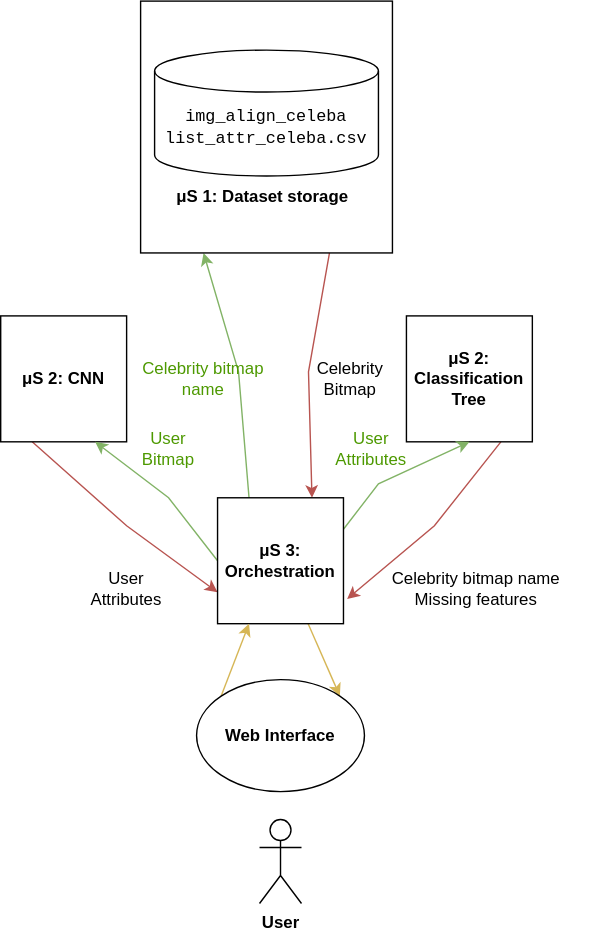
Wissem0/Projet-Integrateur-Classification-d-images keeps this draw.io diagram as architechture.drawio.svg. Above is the earlier version. Source tidied: cells renumbered, new cells last; positions are measured from the earlier drawing's top-left corner, leaving out a move shared by most shapes.
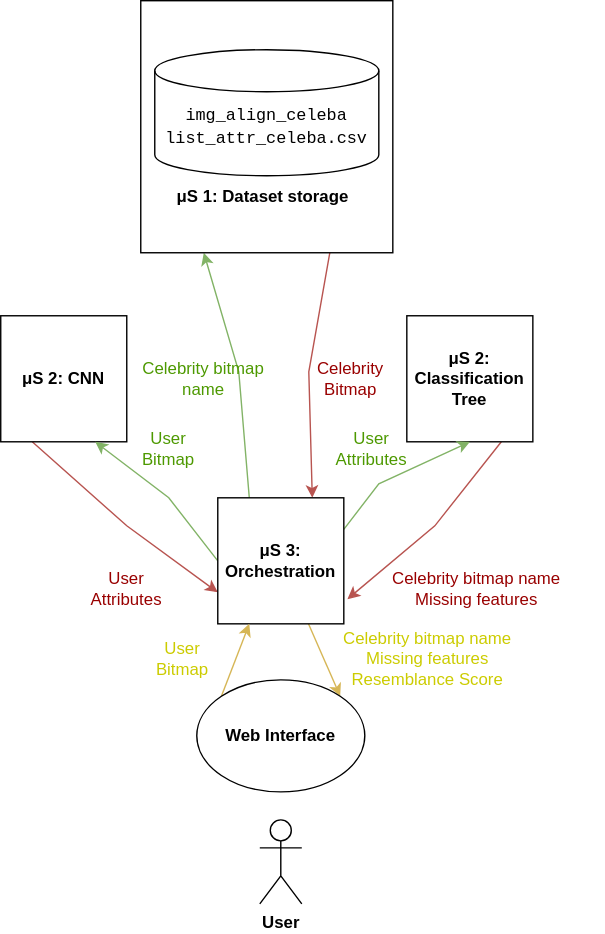
Above is the later version.

The edit, as a diff of the source:
```diff
@@ -83,20 +83,26 @@
     <mxCell id="20" value="&lt;font color=&quot;#4D9900&quot;&gt;User Bitmap&lt;/font&gt;" style="text;html=1;strokeColor=none;fillColor=none;align=center;verticalAlign=middle;whiteSpace=wrap;rounded=0;fillStyle=solid;fontFamily=Helvetica;" parent="1" vertex="1">
       <mxGeometry x="90" y="305" width="60" height="30" as="geometry" />
     </mxCell>
-    <mxCell id="21" value="User Attributes" style="text;html=1;strokeColor=none;fillColor=none;align=center;verticalAlign=middle;whiteSpace=wrap;rounded=0;fillStyle=solid;fontFamily=Helvetica;" parent="1" vertex="1">
+    <mxCell id="21" value="&lt;font color=&quot;#990000&quot;&gt;User Attributes&lt;/font&gt;" style="text;html=1;strokeColor=none;fillColor=none;align=center;verticalAlign=middle;whiteSpace=wrap;rounded=0;fillStyle=solid;fontFamily=Helvetica;" parent="1" vertex="1">
       <mxGeometry x="60" y="405" width="60" height="30" as="geometry" />
     </mxCell>
-    <mxCell id="22" value="&lt;div&gt;Celebrity bitmap name&lt;/div&gt;&lt;div&gt;Missing features&lt;br&gt;&lt;/div&gt;" style="text;html=1;strokeColor=none;fillColor=none;align=center;verticalAlign=middle;whiteSpace=wrap;rounded=0;fillStyle=solid;fontFamily=Helvetica;" parent="1" vertex="1">
+    <mxCell id="22" value="&lt;div&gt;&lt;font color=&quot;#990000&quot;&gt;Celebrity bitmap name&lt;/font&gt;&lt;/div&gt;&lt;div&gt;&lt;font color=&quot;#990000&quot;&gt;Missing features&lt;br&gt;&lt;/font&gt;&lt;/div&gt;" style="text;html=1;strokeColor=none;fillColor=none;align=center;verticalAlign=middle;whiteSpace=wrap;rounded=0;fillStyle=solid;fontFamily=Helvetica;" parent="1" vertex="1">
       <mxGeometry x="250" y="405" width="180" height="30" as="geometry" />
     </mxCell>
     <mxCell id="23" value="&lt;font color=&quot;#4D9900&quot;&gt;User Attributes&lt;/font&gt;" style="text;html=1;strokeColor=none;fillColor=none;align=center;verticalAlign=middle;whiteSpace=wrap;rounded=0;fillStyle=solid;fontFamily=Helvetica;" parent="1" vertex="1">
       <mxGeometry x="230" y="305" width="70" height="30" as="geometry" />
     </mxCell>
-    <mxCell id="24" value="&lt;div&gt;Celebrity&lt;/div&gt;&lt;div&gt;Bitmap&lt;br&gt;&lt;/div&gt;" style="text;html=1;strokeColor=none;fillColor=none;align=center;verticalAlign=middle;whiteSpace=wrap;rounded=0;fillStyle=solid;fontFamily=Helvetica;" parent="1" vertex="1">
+    <mxCell id="24" value="&lt;div&gt;&lt;font color=&quot;#990000&quot;&gt;Celebrity&lt;/font&gt;&lt;/div&gt;&lt;div&gt;&lt;font color=&quot;#990000&quot;&gt;Bitmap&lt;br&gt;&lt;/font&gt;&lt;/div&gt;" style="text;html=1;strokeColor=none;fillColor=none;align=center;verticalAlign=middle;whiteSpace=wrap;rounded=0;fillStyle=solid;fontFamily=Helvetica;" parent="1" vertex="1">
       <mxGeometry x="215" y="255" width="70" height="30" as="geometry" />
     </mxCell>
     <mxCell id="25" value="&lt;div&gt;&lt;font color=&quot;#4D9900&quot;&gt;Celebrity bitmap name&lt;br&gt;&lt;/font&gt;&lt;/div&gt;" style="text;html=1;strokeColor=none;fillColor=none;align=center;verticalAlign=middle;whiteSpace=wrap;rounded=0;fillStyle=solid;fontFamily=Helvetica;" parent="1" vertex="1">
       <mxGeometry x="100" y="255" width="90" height="30" as="geometry" />
     </mxCell>
+    <mxCell id="26" value="&lt;font color=&quot;#CCCC00&quot;&gt;User Bitmap&lt;/font&gt;" style="text;html=1;strokeColor=none;fillColor=none;align=center;verticalAlign=middle;whiteSpace=wrap;rounded=0;fillStyle=solid;fontFamily=Helvetica;" parent="1" vertex="1">
+      <mxGeometry x="100" y="455" width="60" height="30" as="geometry" />
+    </mxCell>
+    <mxCell id="27" value="&lt;div&gt;&lt;font color=&quot;#CCCC00&quot;&gt;Celebrity bitmap name&lt;/font&gt;&lt;/div&gt;&lt;div&gt;&lt;font color=&quot;#CCCC00&quot;&gt;Missing features&lt;br&gt;&lt;/font&gt;&lt;/div&gt;&lt;div&gt;&lt;font color=&quot;#CCCC00&quot;&gt;Resemblance Score &lt;br&gt;&lt;/font&gt;&lt;/div&gt;" style="text;html=1;strokeColor=none;fillColor=none;align=center;verticalAlign=middle;whiteSpace=wrap;rounded=0;fillStyle=solid;fontFamily=Helvetica;" parent="1" vertex="1">
+      <mxGeometry x="230" y="455" width="150" height="30" as="geometry" />
+    </mxCell>
   </root>
 </mxGraphModel>
```
